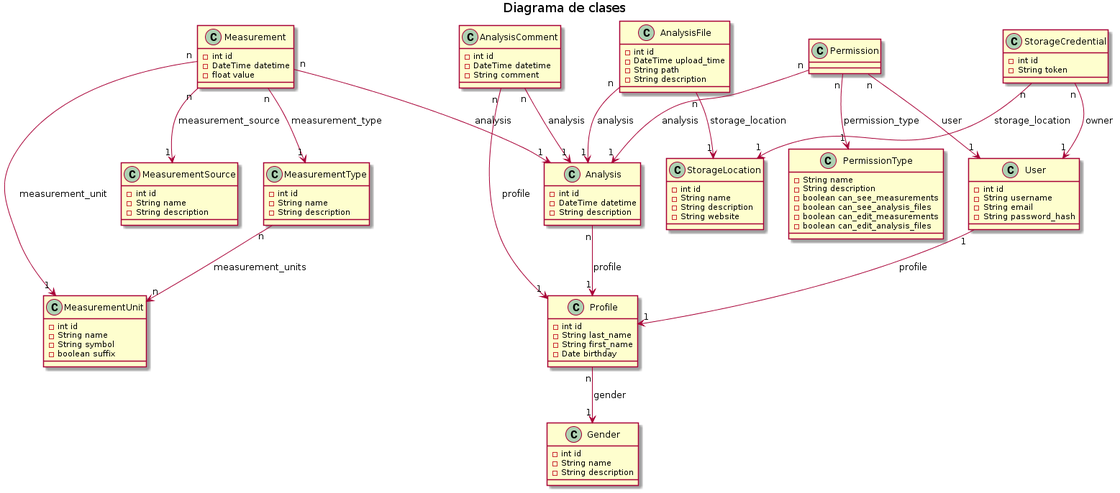
This is uml/diagramaClases.png from yaninagm/doc, a PlantUML export, as it was before one commit.
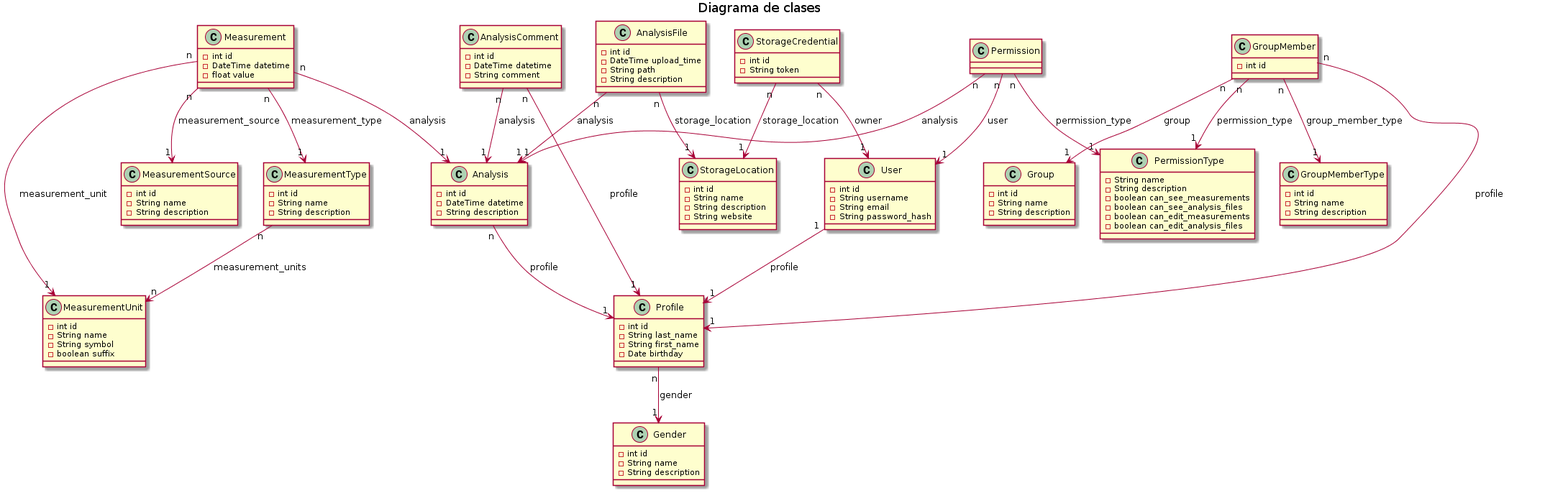
The same file after the commit.

Commit message:
Creación de grupos de usuarios

What changed in the source:
```diff
@@ -90,6 +90,22 @@
     -String comment
 }
 
+class Group {
+    -int id
+    -String name
+    -String description
+}
+
+class GroupMember {
+    -int id
+}
+
+class GroupMemberType {
+    -int id
+    -String name
+    -String description
+}
+
 
 Measurement "n" --> "1" MeasurementUnit : measurement_unit
 Measurement "n" --> "1" MeasurementType : measurement_type
@@ -116,4 +132,9 @@
 StorageCredential "n" --> "1" User : owner
 StorageCredential "n" --> "1" StorageLocation : storage_location
 
+GroupMember "n" --> "1" Group : group
+GroupMember "n" --> "1" GroupMemberType : group_member_type
+GroupMember "n" --> "1" Profile : profile
+GroupMember "n" --> "1" PermissionType : permission_type
+
 @enduml
```
